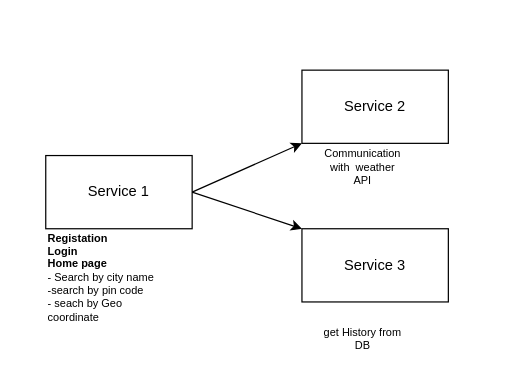
Above: Untitled Diagram.drawio in ujjawal09/temp (draw.io), before the change. Source tidied: cells renumbered, new cells numbered last; positions are measured from the earlier drawing's top-left corner, leaving out a move shared by most shapes. Both pictures are drawn from the tidied source at 122%, with x=0, y=0 at pixel (45, 70).
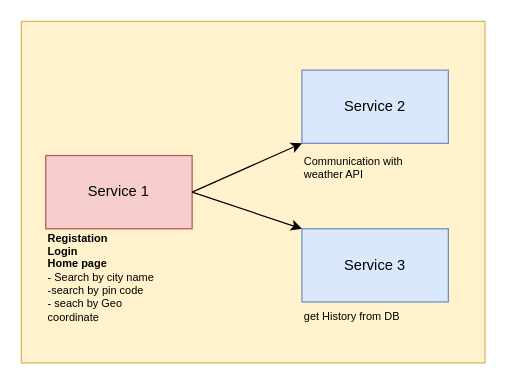
The same diagram, later.

Commit message (it also covers changes not shown here):
weather_app

The edit, as a diff of the source:
```diff
@@
 <mxGraphModel>
   <root>
     <mxCell id="0" />
     <mxCell id="1" parent="0" />
+    <mxCell id="10" style="rounded=0;whiteSpace=wrap;html=1;fontSize=9;align=left;fillColor=#fff2cc;strokeColor=#d6b656;" parent="1" vertex="1">
+      <mxGeometry x="-20" y="-40" width="380" height="280" as="geometry" />
+    </mxCell>
-    <mxCell id="2" value="Service 3" style="rounded=0;whiteSpace=wrap;html=1;" parent="1" vertex="1">
+    <mxCell id="2" value="Service 3" style="rounded=0;whiteSpace=wrap;html=1;fillColor=#dae8fc;strokeColor=#6c8ebf;" parent="1" vertex="1">
       <mxGeometry x="210" y="130" width="120" height="60" as="geometry" />
     </mxCell>
-    <mxCell id="3" value="Service 2" style="rounded=0;whiteSpace=wrap;html=1;" parent="1" vertex="1">
+    <mxCell id="3" value="Service 2" style="rounded=0;whiteSpace=wrap;html=1;fillColor=#dae8fc;strokeColor=#6c8ebf;" parent="1" vertex="1">
       <mxGeometry x="210" width="120" height="60" as="geometry" />
     </mxCell>
-    <mxCell id="4" value="Service 1" style="rounded=0;whiteSpace=wrap;html=1;" parent="1" vertex="1">
+    <mxCell id="4" value="Service 1" style="rounded=0;whiteSpace=wrap;html=1;fillColor=#f8cecc;strokeColor=#b85450;" parent="1" vertex="1">
       <mxGeometry y="70" width="120" height="60" as="geometry" />
     </mxCell>
     <mxCell id="5" style="endArrow=classic;html=1;exitX=1;exitY=0.5;exitDx=0;exitDy=0;entryX=0;entryY=1;entryDx=0;entryDy=0;" parent="1" edge="1" source="4" target="3">
       <mxGeometry relative="1" as="geometry" />
     </mxCell>
     <mxCell id="6" style="endArrow=classic;html=1;exitX=1;exitY=0.5;exitDx=0;exitDy=0;entryX=0;entryY=0;entryDx=0;entryDy=0;" parent="1" edge="1" source="4" target="2">
       <mxGeometry relative="1" as="geometry" />
     </mxCell>
     <mxCell id="7" value="&lt;div&gt;&lt;b&gt;Registation&amp;nbsp;&lt;/b&gt;&lt;br&gt;&lt;/div&gt;&lt;div&gt;&lt;b&gt;Login&lt;/b&gt;&lt;/div&gt;&lt;div&gt;&lt;b&gt;Home page&lt;/b&gt;&lt;/div&gt;- Search by city name&lt;br style=&quot;font-size: 9px&quot;&gt;-search by pin code&lt;br style=&quot;font-size: 9px&quot;&gt;- seach by Geo coordinate" style="text;html=1;strokeColor=none;fillColor=none;align=left;verticalAlign=middle;whiteSpace=wrap;rounded=0;fontSize=9;" parent="1" vertex="1">
       <mxGeometry y="130" width="100" height="80" as="geometry" />
     </mxCell>
-    <mxCell id="8" value="Communication with&amp;nbsp; weather API" style="text;html=1;strokeColor=none;fillColor=none;align=center;verticalAlign=middle;whiteSpace=wrap;rounded=0;fontSize=9;" parent="1" vertex="1">
-      <mxGeometry x="240" y="70" width="40" height="20" as="geometry" />
+    <mxCell id="8" value="Communication with&amp;nbsp; weather API" style="text;html=1;strokeColor=none;fillColor=none;align=left;verticalAlign=middle;whiteSpace=wrap;rounded=0;fontSize=9;" parent="1" vertex="1">
+      <mxGeometry x="210" y="70" width="120" height="20" as="geometry" />
     </mxCell>
-    <mxCell id="9" value="get History from DB&lt;br&gt;" style="text;html=1;strokeColor=none;fillColor=none;align=center;verticalAlign=middle;whiteSpace=wrap;rounded=0;fontSize=9;" parent="1" vertex="1">
-      <mxGeometry x="220" y="200" width="80" height="40" as="geometry" />
+    <mxCell id="9" value="get History from DB&lt;br&gt;" style="text;html=1;strokeColor=none;fillColor=none;align=left;verticalAlign=top;whiteSpace=wrap;rounded=0;fontSize=9;" parent="1" vertex="1">
+      <mxGeometry x="210" y="190" width="100" height="30" as="geometry" />
     </mxCell>
   </root>
 </mxGraphModel>
```
